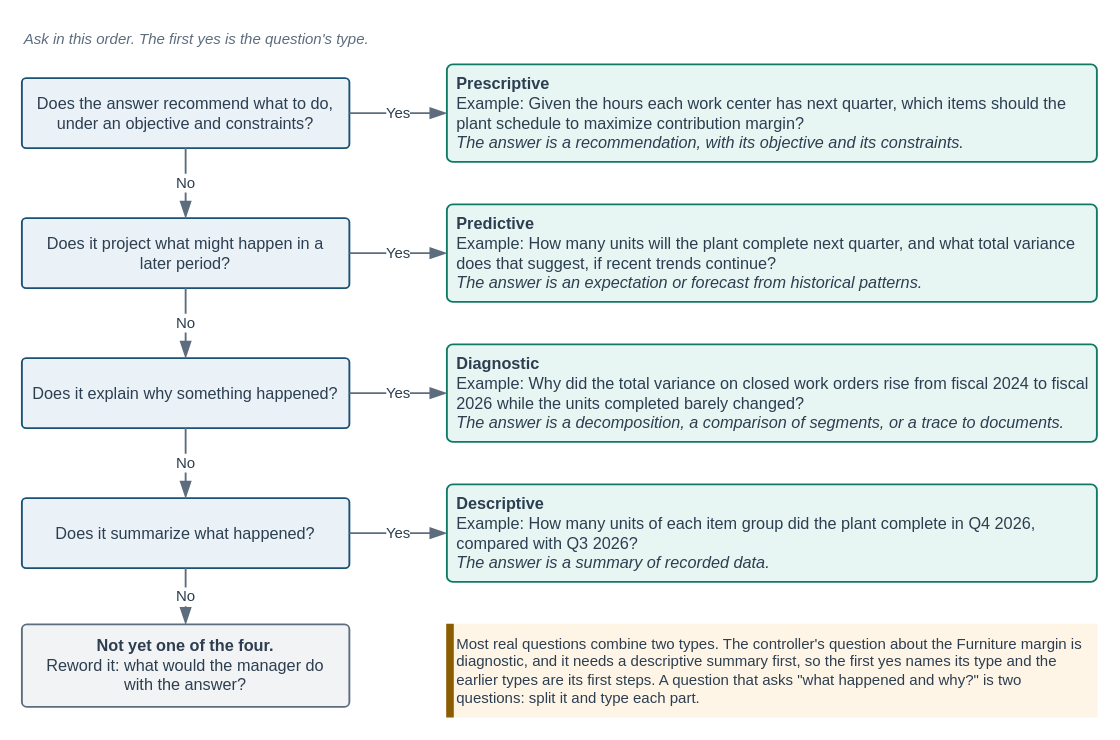
The draw.io diagram facts/instructor/figures/chapter-01-role-of-analytics/IF-01-0-B.drawio in mmcodesso/Accounting_Analytics_Book, before the edit. Source tidied: cells renumbered, new cells numbered last; positions are measured from the earlier drawing's top-left corner, leaving out a move shared by most shapes. Both pictures are drawn from the tidied source at 125%, with x=0, y=0 at pixel (21, 21).
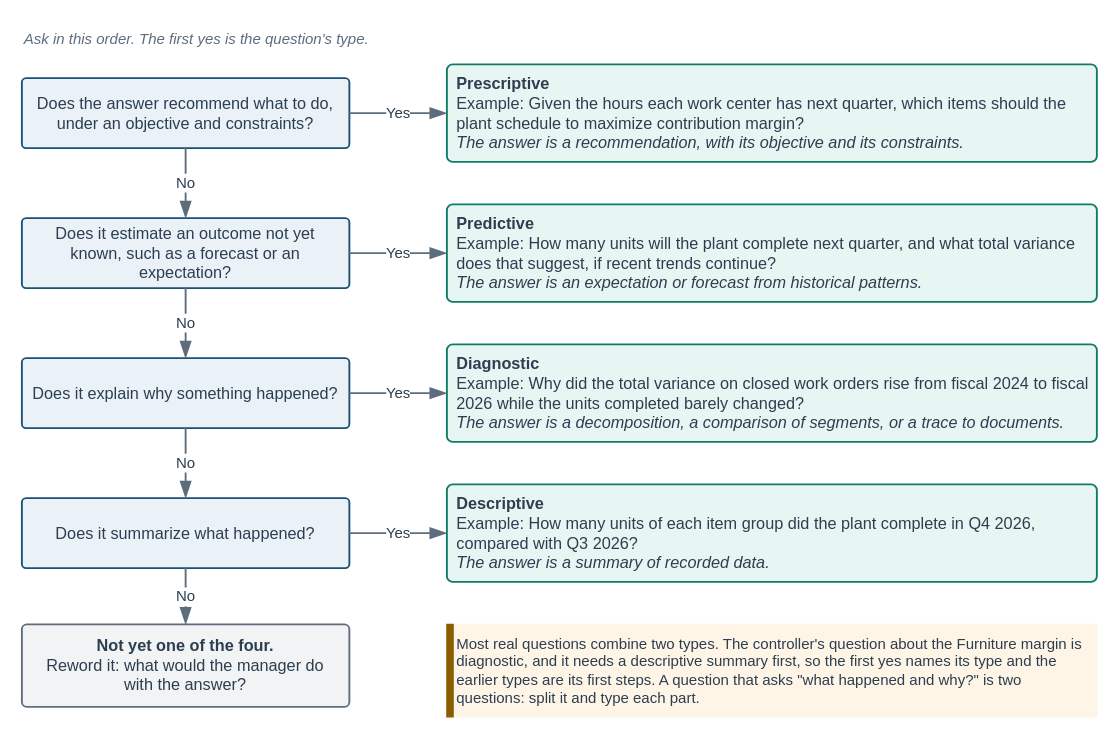
The same page after the edit.

The edit, as a diff of the source:
```diff
@@
-    <mxCell id="7" value="Does it project what might happen in a later period?" style="rounded=1;arcSize=6;whiteSpace=wrap;html=1;fillColor=#EAF2F8;strokeColor=#1A5276;strokeWidth=1.5;fontColor=#2C3E50;fontSize=13;fontStyle=0;align=center;verticalAlign=middle;fontFamily=Helvetica;spacingLeft=6;spacingRight=6;" parent="1" vertex="1">
+    <mxCell id="7" value="Does it estimate an outcome not yet known, such as a forecast or an expectation?" style="rounded=1;arcSize=6;whiteSpace=wrap;html=1;fillColor=#EAF2F8;strokeColor=#1A5276;strokeWidth=1.5;fontColor=#2C3E50;fontSize=13;fontStyle=0;align=center;verticalAlign=middle;fontFamily=Helvetica;spacingLeft=6;spacingRight=6;" parent="1" vertex="1">
       <mxGeometry y="157" width="262" height="56" as="geometry" />
     </mxCell>
```
